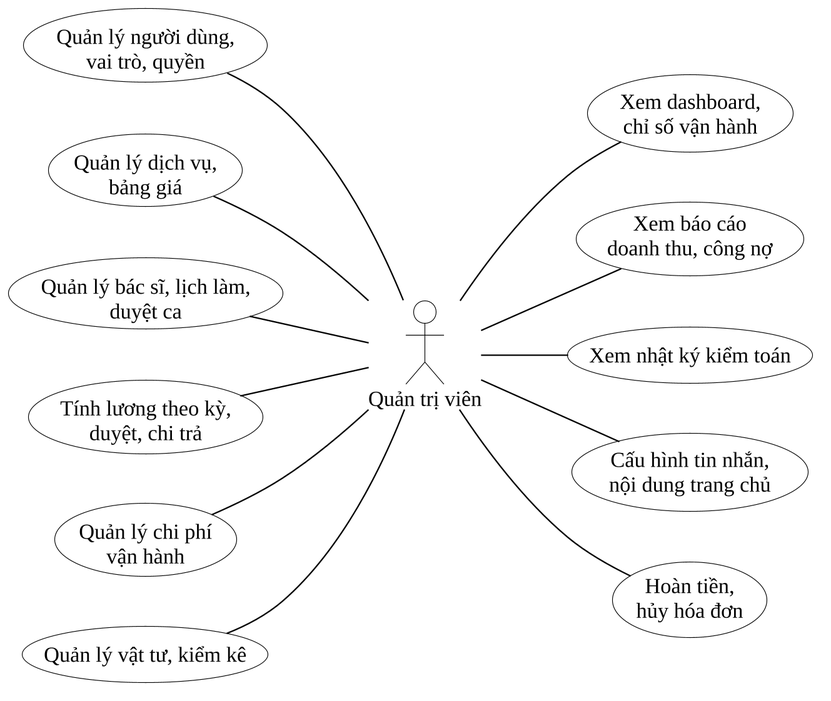
Above: docs/10_Thesis/bao-cao/hinh/2-5-use-case-quan-tri.png in Trantuan0310/dental-clinic-nestjs-react (PlantUML), before the change.
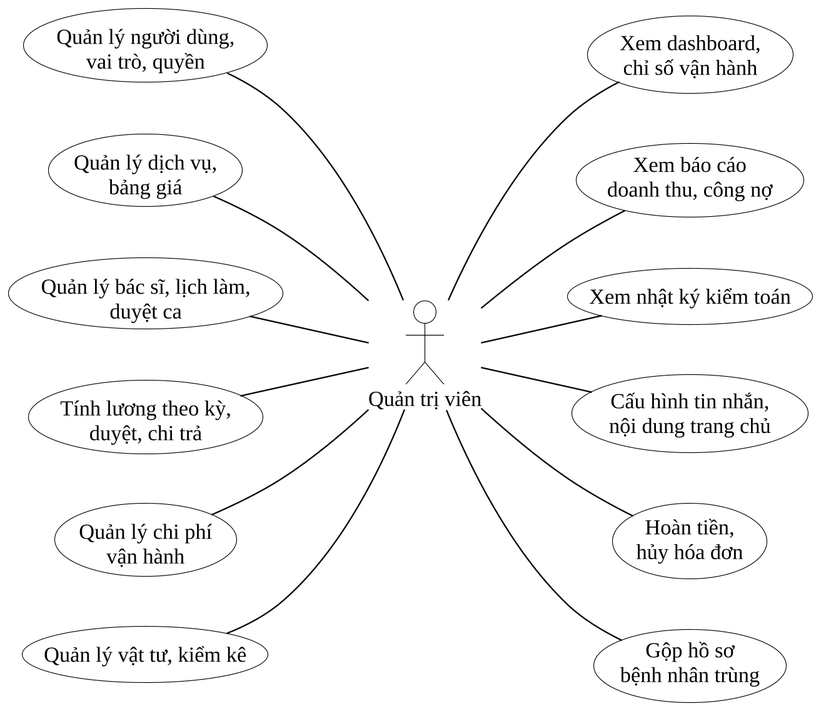
Later version of the same file.

Commit message:
docs(thesis): gộp hồ sơ là use case của quản trị viên theo đúng phân quyền

What changed in the source:
```diff
@@ -13,6 +13,7 @@
 usecase "Xem nhật ký kiểm toán" as i
 usecase "Cấu hình tin nhắn,\nnội dung trang chủ" as j
 usecase "Hoàn tiền,\nhủy hóa đơn" as k
+usecase "Gộp hồ sơ\nbệnh nhân trùng" as l
 a -- QT
 b -- QT
 c -- QT
@@ -20,6 +21,7 @@
 e -- QT
 f -- QT
 QT -- k
+QT -- l
 QT -- j
 QT -- i
 QT -- h
```
